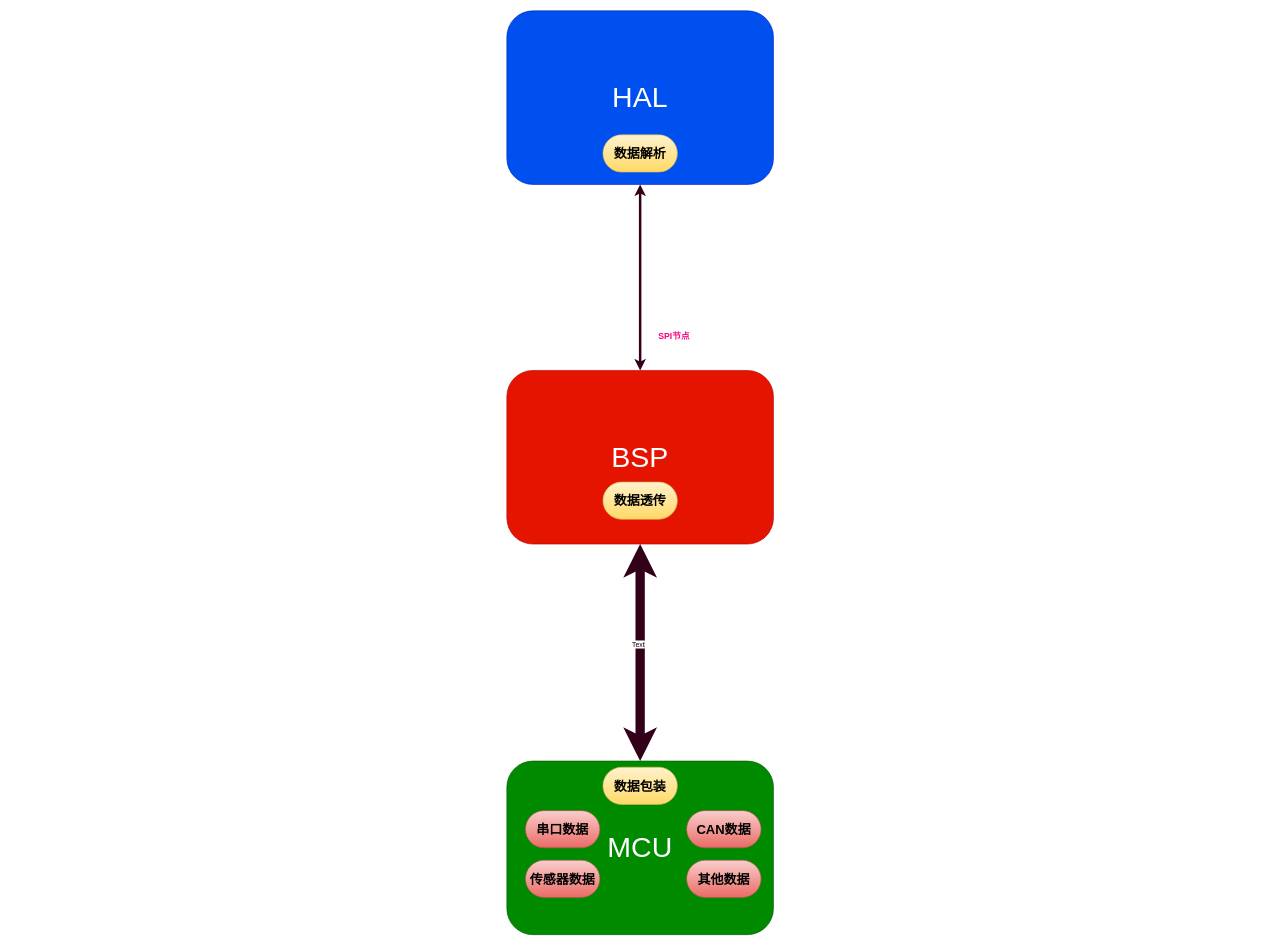
Before: NIUSpiArchitecture.drawio in liangchaojiang/WindowsProject1, a draw.io diagram. Source tidied: cells renumbered, new cells numbered last; positions are measured from the earlier drawing's top-left corner, leaving out a move shared by most shapes. Both pictures are drawn from the tidied source at 62%, with x=0, y=0 at pixel (507, 11).
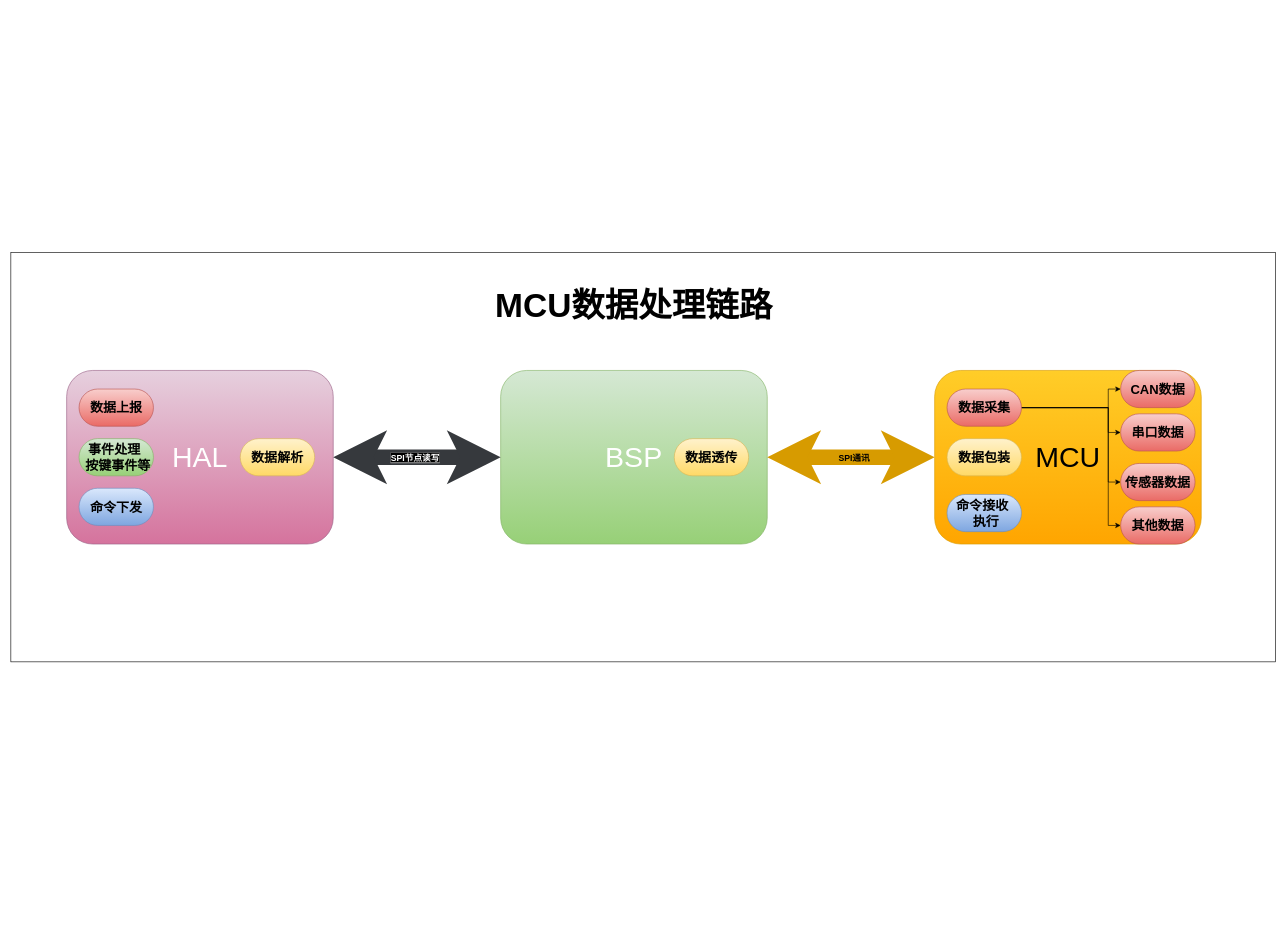
Above is the later version.

The edit, as a diff of the source:
```diff
@@
+    <mxCell id="16" style="rounded=0;whiteSpace=wrap;html=1;" parent="1" vertex="1">
+      <mxGeometry x="-800" y="390" width="2040" height="660" as="geometry" />
+    </mxCell>
-    <mxCell id="2" value="&lt;font style=&quot;font-size: 46px; color: rgb(255, 255, 255);&quot;&gt;HAL&lt;/font&gt;" style="rounded=1;whiteSpace=wrap;html=1;fillColor=#0050ef;fontColor=#ffffff;strokeColor=#001DBC;" parent="1" vertex="1">
-      <mxGeometry width="430" height="280" as="geometry" />
+    <mxCell id="2" value="&lt;font style=&quot;font-size: 46px; color: rgb(255, 255, 255);&quot;&gt;HAL&lt;/font&gt;" style="rounded=1;whiteSpace=wrap;html=1;fillColor=#e6d0de;strokeColor=#996185;gradientColor=#d5739d;" parent="1" vertex="1">
+      <mxGeometry x="-710" y="580" width="430" height="280" as="geometry" />
     </mxCell>
-    <mxCell id="3" value="&lt;font style=&quot;font-size: 46px; color: rgb(255, 255, 255);&quot;&gt;BSP&lt;/font&gt;" style="rounded=1;whiteSpace=wrap;html=1;fillColor=#e51400;fontColor=#ffffff;strokeColor=#B20000;" parent="1" vertex="1">
-      <mxGeometry y="580" width="430" height="280" as="geometry" />
+    <mxCell id="3" value="&lt;font style=&quot;font-size: 46px; color: rgb(255, 255, 255);&quot;&gt;BSP&lt;/font&gt;" style="rounded=1;whiteSpace=wrap;html=1;fillColor=#d5e8d4;strokeColor=#82b366;gradientColor=#97d077;" parent="1" vertex="1">
+      <mxGeometry x="-10" y="580" width="430" height="280" as="geometry" />
     </mxCell>
-    <mxCell id="4" value="&lt;span style=&quot;font-size: 46px;&quot;&gt;MCU&lt;/span&gt;" style="rounded=1;whiteSpace=wrap;html=1;fillColor=#008a00;strokeColor=#005700;fontColor=#ffffff;" parent="1" vertex="1">
-      <mxGeometry y="1210" width="430" height="280" as="geometry" />
+    <mxCell id="4" value="&lt;span style=&quot;font-size: 46px;&quot;&gt;MCU&lt;/span&gt;" style="rounded=1;whiteSpace=wrap;html=1;fillColor=#ffcd28;strokeColor=#d79b00;gradientColor=#ffa500;" parent="1" vertex="1">
+      <mxGeometry x="690" y="580" width="430" height="280" as="geometry" />
     </mxCell>
-    <mxCell id="5" style="endArrow=classic;startArrow=classic;html=1;rounded=0;strokeWidth=4;strokeColor=#33001A;" parent="1" edge="1" source="3" target="2">
+    <mxCell id="5" style="endArrow=classic;startArrow=classic;html=1;rounded=0;strokeWidth=25;fillColor=#ffcccc;strokeColor=#36393d;" parent="1" edge="1" source="3" target="2">
       <mxGeometry relative="1" as="geometry" />
     </mxCell>
+    <mxCell id="17" value="&lt;font color=&quot;#ffffff&quot;&gt;&lt;span style=&quot;font-size: 14px; background-color: rgb(0, 0, 0);&quot;&gt;&lt;b&gt;SPI节点读写&lt;/b&gt;&lt;/span&gt;&lt;/font&gt;" style="edgeLabel;html=1;align=center;verticalAlign=middle;" parent="5" vertex="1">
+      <mxGeometry x="0.03" relative="1" as="geometry" />
+    </mxCell>
-    <mxCell id="6" style="endArrow=classic;startArrow=classic;html=1;rounded=0;strokeWidth=15;strokeColor=#33001A;entryX=0.5;entryY=1;entryDx=0;entryDy=0;" parent="1" edge="1" source="4" target="3">
+    <mxCell id="6" style="endArrow=classic;startArrow=classic;html=1;rounded=0;strokeWidth=25;strokeColor=#d79b00;exitX=0;exitY=0.5;exitDx=0;exitDy=0;fillColor=#ffcd28;gradientColor=#ffa500;" parent="1" edge="1" source="4" target="3">
       <mxGeometry relative="1" as="geometry" />
     </mxCell>
-    <mxCell id="7" value="Text" style="edgeLabel;html=1;align=center;verticalAlign=middle;" parent="6" vertex="1">
-      <mxGeometry x="0.08" y="4" relative="1" as="geometry" />
-    </mxCell>
-    <mxCell id="8" value="&lt;font style=&quot;font-size: 14px; color: rgb(255, 0, 128);&quot;&gt;&lt;b style=&quot;&quot;&gt;SPI节点&lt;/b&gt;&lt;/font&gt;" style="text;html=1;whiteSpace=wrap;strokeColor=none;fillColor=none;align=center;verticalAlign=middle;rounded=0;" parent="1" vertex="1">
-      <mxGeometry x="240" y="510" width="60" height="30" as="geometry" />
-    </mxCell>
+    <mxCell id="18" value="&lt;b&gt;&lt;font style=&quot;font-size: 14px;&quot;&gt;SPI通讯&lt;/font&gt;&lt;/b&gt;" style="edgeLabel;html=1;align=center;verticalAlign=middle;labelBackgroundColor=#D79B00;" parent="6" vertex="1">
+      <mxGeometry x="-0.03" y="-3" relative="1" as="geometry">
+        <mxPoint y="4" as="offset" />
+      </mxGeometry>
+    </mxCell>
     <mxCell id="9" value="&lt;b&gt;&lt;font style=&quot;font-size: 21px;&quot;&gt;数据透传&lt;/font&gt;&lt;/b&gt;" style="rounded=1;whiteSpace=wrap;html=1;fillColor=#fff2cc;strokeColor=#d6b656;arcSize=50;gradientColor=#ffd966;" parent="1" vertex="1">
-      <mxGeometry x="155" y="760" width="120" height="60" as="geometry" />
+      <mxGeometry x="270" y="690" width="120" height="60" as="geometry" />
     </mxCell>
-    <mxCell id="10" value="&lt;span style=&quot;font-size: 21px;&quot;&gt;&lt;b&gt;串口数据&lt;/b&gt;&lt;/span&gt;" style="rounded=1;whiteSpace=wrap;html=1;fillColor=#f8cecc;strokeColor=#b85450;arcSize=50;gradientColor=#ea6b66;" parent="1" vertex="1">
-      <mxGeometry x="30" y="1290" width="120" height="60" as="geometry" />
-    </mxCell>
-    <mxCell id="11" value="&lt;span style=&quot;font-size: 21px;&quot;&gt;&lt;b&gt;CAN数据&lt;/b&gt;&lt;/span&gt;" style="rounded=1;whiteSpace=wrap;html=1;fillColor=#f8cecc;strokeColor=#b85450;arcSize=50;gradientColor=#ea6b66;" parent="1" vertex="1">
-      <mxGeometry x="290" y="1290" width="120" height="60" as="geometry" />
-    </mxCell>
+    <mxCell id="19" style="edgeStyle=orthogonalEdgeStyle;rounded=0;jettySize=auto;html=1;" parent="1" edge="1" source="12" target="11">
+      <mxGeometry relative="1" as="geometry">
+        <Array as="points">
+          <mxPoint x="970" y="640" />
+          <mxPoint x="970" y="610" />
+        </Array>
+      </mxGeometry>
+    </mxCell>
+    <mxCell id="20" style="edgeStyle=orthogonalEdgeStyle;rounded=0;jettySize=auto;html=1;" parent="1" edge="1" source="12" target="10">
+      <mxGeometry relative="1" as="geometry">
+        <Array as="points">
+          <mxPoint x="970" y="640" />
+          <mxPoint x="970" y="680" />
+        </Array>
+      </mxGeometry>
+    </mxCell>
+    <mxCell id="21" style="edgeStyle=orthogonalEdgeStyle;rounded=0;jettySize=auto;html=1;entryX=0;entryY=0.5;entryDx=0;entryDy=0;exitX=1;exitY=0.5;exitDx=0;exitDy=0;" parent="1" edge="1" source="12" target="23">
+      <mxGeometry relative="1" as="geometry">
+        <Array as="points">
+          <mxPoint x="970" y="640" />
+          <mxPoint x="970" y="760" />
+        </Array>
+      </mxGeometry>
+    </mxCell>
+    <mxCell id="22" style="edgeStyle=orthogonalEdgeStyle;rounded=0;jettySize=auto;html=1;entryX=0;entryY=0.5;entryDx=0;entryDy=0;" parent="1" edge="1" target="13">
+      <mxGeometry relative="1" as="geometry">
+        <mxPoint x="830" y="640" as="sourcePoint" />
+        <Array as="points">
+          <mxPoint x="970" y="640" />
+          <mxPoint x="970" y="830" />
+        </Array>
+      </mxGeometry>
+    </mxCell>
-    <mxCell id="12" value="&lt;span style=&quot;font-size: 21px;&quot;&gt;&lt;b&gt;传感器数据&lt;/b&gt;&lt;/span&gt;" style="rounded=1;whiteSpace=wrap;html=1;fillColor=#f8cecc;strokeColor=#b85450;arcSize=50;gradientColor=#ea6b66;" parent="1" vertex="1">
-      <mxGeometry x="30" y="1370" width="120" height="60" as="geometry" />
+    <mxCell id="12" value="&lt;span style=&quot;font-size: 21px;&quot;&gt;&lt;b&gt;数据采集&lt;/b&gt;&lt;/span&gt;" style="rounded=1;whiteSpace=wrap;html=1;fillColor=#f8cecc;strokeColor=#b85450;arcSize=50;gradientColor=#ea6b66;" parent="1" vertex="1">
+      <mxGeometry x="710" y="610" width="120" height="60" as="geometry" />
     </mxCell>
-    <mxCell id="13" value="&lt;span style=&quot;font-size: 21px;&quot;&gt;&lt;b&gt;其他数据&lt;/b&gt;&lt;/span&gt;" style="rounded=1;whiteSpace=wrap;html=1;fillColor=#f8cecc;strokeColor=#b85450;arcSize=50;gradientColor=#ea6b66;" parent="1" vertex="1">
-      <mxGeometry x="290" y="1370" width="120" height="60" as="geometry" />
-    </mxCell>
     <mxCell id="14" value="&lt;b&gt;&lt;font style=&quot;font-size: 21px;&quot;&gt;数据包装&lt;/font&gt;&lt;/b&gt;" style="rounded=1;whiteSpace=wrap;html=1;fillColor=#fff2cc;strokeColor=#d6b656;arcSize=50;gradientColor=#ffd966;glass=0;" parent="1" vertex="1">
-      <mxGeometry x="155" y="1220" width="120" height="60" as="geometry" />
+      <mxGeometry x="710" y="690" width="120" height="60" as="geometry" />
     </mxCell>
     <mxCell id="15" value="&lt;span style=&quot;font-size: 21px;&quot;&gt;&lt;b&gt;数据解析&lt;/b&gt;&lt;/span&gt;" style="rounded=1;whiteSpace=wrap;html=1;fillColor=#fff2cc;strokeColor=#d6b656;arcSize=50;gradientColor=#ffd966;" parent="1" vertex="1">
-      <mxGeometry x="155" y="200" width="120" height="60" as="geometry" />
+      <mxGeometry x="-430" y="690" width="120" height="60" as="geometry" />
     </mxCell>
+    <mxCell id="11" value="&lt;b style=&quot;font-size: 21px;&quot;&gt;CAN数据&lt;/b&gt;" style="whiteSpace=wrap;html=1;fillColor=#f8cecc;strokeColor=#b85450;rounded=1;arcSize=50;gradientColor=#ea6b66;" parent="1" vertex="1">
+      <mxGeometry x="990" y="580" width="120" height="60" as="geometry" />
+    </mxCell>
+    <mxCell id="10" value="&lt;span style=&quot;font-size: 21px;&quot;&gt;&lt;b&gt;串口数据&lt;/b&gt;&lt;/span&gt;" style="whiteSpace=wrap;html=1;fillColor=#f8cecc;strokeColor=#b85450;rounded=1;arcSize=50;gradientColor=#ea6b66;" parent="1" vertex="1">
+      <mxGeometry x="990" y="650" width="120" height="60" as="geometry" />
+    </mxCell>
+    <mxCell id="13" value="&lt;b style=&quot;font-size: 21px;&quot;&gt;其他数据&lt;/b&gt;" style="whiteSpace=wrap;html=1;fillColor=#f8cecc;strokeColor=#b85450;rounded=1;arcSize=50;gradientColor=#ea6b66;" parent="1" vertex="1">
+      <mxGeometry x="990" y="800" width="120" height="60" as="geometry" />
+    </mxCell>
+    <mxCell id="23" value="&lt;span style=&quot;font-size: 21px;&quot;&gt;&lt;b&gt;传感器数据&lt;/b&gt;&lt;/span&gt;" style="whiteSpace=wrap;html=1;fillColor=#f8cecc;strokeColor=#b85450;rounded=1;arcSize=50;gradientColor=#ea6b66;" parent="1" vertex="1">
+      <mxGeometry x="990" y="730" width="120" height="60" as="geometry" />
+    </mxCell>
+    <mxCell id="24" value="&lt;span style=&quot;font-size: 21px;&quot;&gt;&lt;b&gt;事件处理&amp;nbsp; &amp;nbsp;按键事件等&lt;/b&gt;&lt;/span&gt;" style="rounded=1;whiteSpace=wrap;html=1;fillColor=#d5e8d4;strokeColor=#82b366;arcSize=50;gradientColor=#97d077;" parent="1" vertex="1">
+      <mxGeometry x="-690" y="690" width="120" height="60" as="geometry" />
+    </mxCell>
+    <mxCell id="25" value="&lt;span style=&quot;font-size: 21px;&quot;&gt;&lt;b&gt;数据上报&lt;/b&gt;&lt;/span&gt;" style="rounded=1;whiteSpace=wrap;html=1;fillColor=#f8cecc;strokeColor=#b85450;arcSize=50;gradientColor=#ea6b66;" parent="1" vertex="1">
+      <mxGeometry x="-690" y="610" width="120" height="60" as="geometry" />
+    </mxCell>
+    <mxCell id="26" value="&lt;span style=&quot;font-size: 21px;&quot;&gt;&lt;b&gt;命令下发&lt;/b&gt;&lt;/span&gt;" style="rounded=1;whiteSpace=wrap;html=1;fillColor=#dae8fc;strokeColor=#6c8ebf;arcSize=50;gradientColor=#7ea6e0;" parent="1" vertex="1">
+      <mxGeometry x="-690" y="770" width="120" height="60" as="geometry" />
+    </mxCell>
+    <mxCell id="27" value="&lt;span style=&quot;font-size: 21px;&quot;&gt;&lt;b&gt;命令接收&amp;nbsp; &amp;nbsp;执行&lt;/b&gt;&lt;/span&gt;" style="rounded=1;whiteSpace=wrap;html=1;fillColor=#dae8fc;strokeColor=#6c8ebf;arcSize=50;gradientColor=#7ea6e0;glass=0;" parent="1" vertex="1">
+      <mxGeometry x="710" y="780" width="120" height="60" as="geometry" />
+    </mxCell>
+    <mxCell id="28" value="&lt;span style=&quot;font-size: 54px;&quot;&gt;&lt;b&gt;MCU数据处理链路&lt;/b&gt;&lt;/span&gt;" style="text;html=1;whiteSpace=wrap;strokeColor=none;fillColor=none;align=center;verticalAlign=middle;rounded=0;" parent="1" vertex="1">
+      <mxGeometry x="-110" y="420" width="630" height="110" as="geometry" />
+    </mxCell>
```
